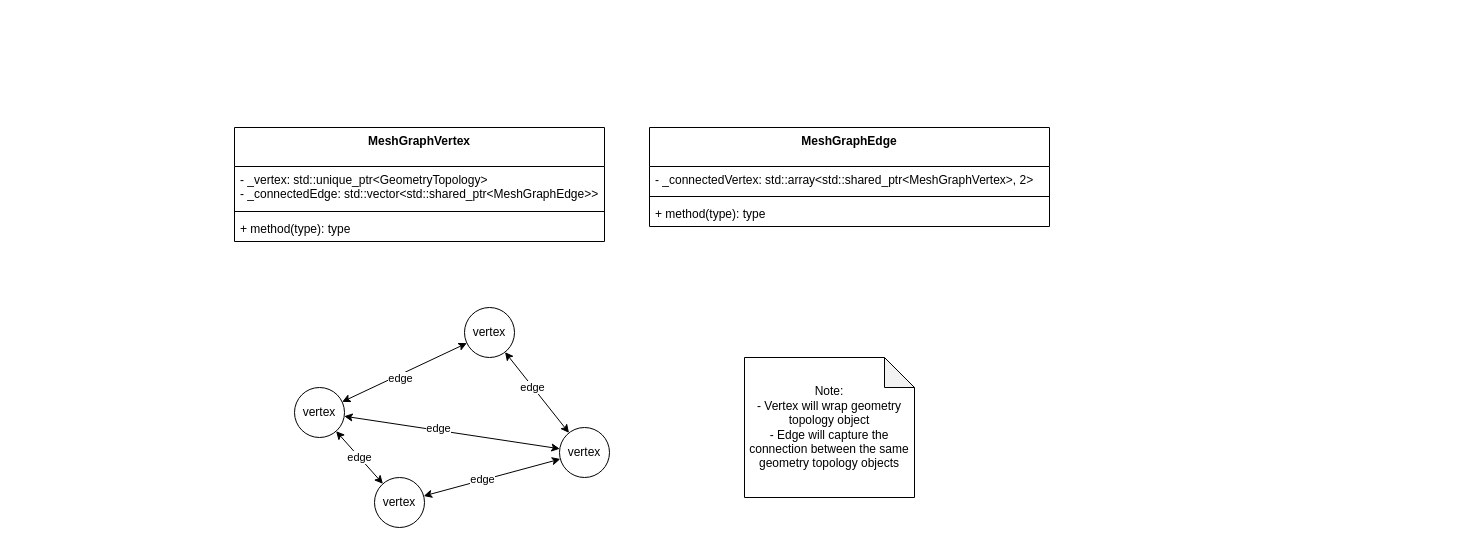
Above: page "Data Structure" (4 of 4) of docs/GeometryMesher.drawio in steven-darwin/geometry_mesher (draw.io), before the change. Source tidied: cells renumbered, new cells numbered last; positions are measured from the earlier drawing's top-left corner, leaving out a move shared by most shapes. Both pictures are drawn from the tidied source at 100%, with x=0, y=0 at pixel (234, 127).
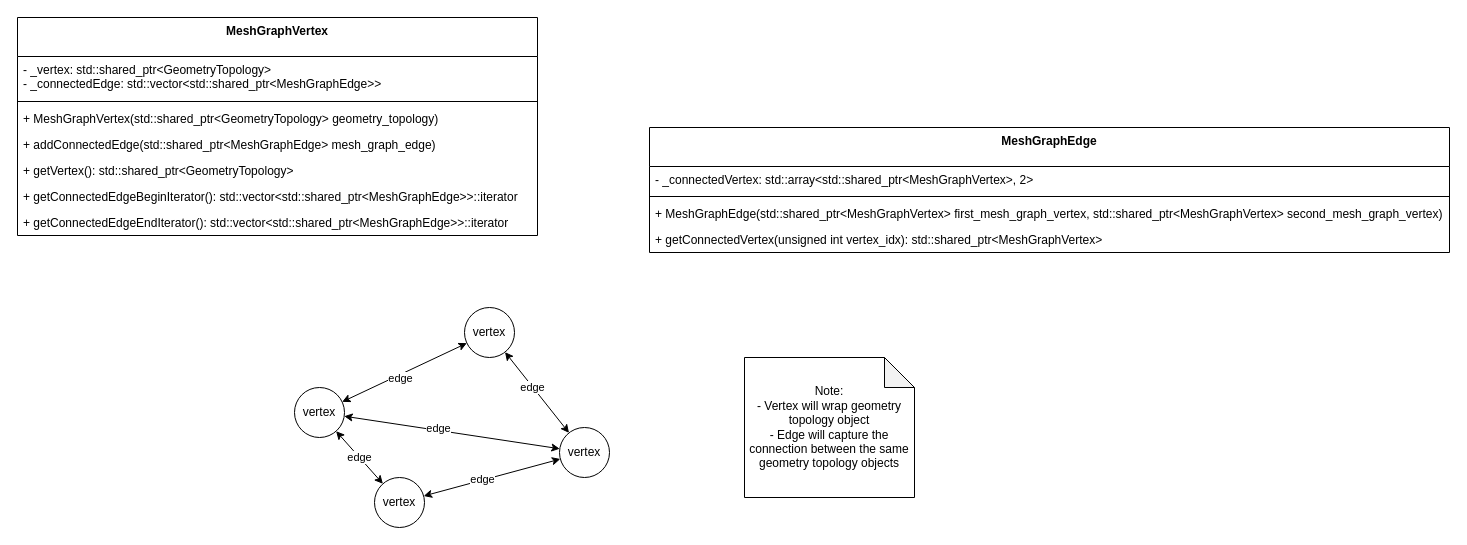
The same diagram, later.

Diff of the diagram source:
```diff
@@
     <mxCell id="2" value="MeshGraphVertex" style="swimlane;fontStyle=1;align=center;verticalAlign=top;horizontal=1;startSize=39;whiteSpace=wrap;html=1;" parent="1" vertex="1">
-      <mxGeometry width="370" height="114" as="geometry" />
+      <mxGeometry x="-217" y="-110" width="520" height="218" as="geometry" />
     </mxCell>
-    <mxCell id="3" value="- _vertex: std::unique_ptr&amp;lt;GeometryTopology&amp;gt;&lt;div&gt;- _connectedEdge: std::vector&amp;lt;std::shared_ptr&amp;lt;MeshGraphEdge&amp;gt;&amp;gt;&lt;/div&gt;" style="text;strokeColor=none;fillColor=none;align=left;verticalAlign=top;spacingLeft=4;spacingRight=4;overflow=hidden;whiteSpace=wrap;html=1;" parent="2" vertex="1">
-      <mxGeometry y="39" width="370" height="41" as="geometry" />
+    <mxCell id="3" value="- _vertex: std::shared_ptr&amp;lt;GeometryTopology&amp;gt;&lt;div&gt;- _connectedEdge: std::vector&amp;lt;std::shared_ptr&amp;lt;MeshGraphEdge&amp;gt;&amp;gt;&lt;/div&gt;" style="text;strokeColor=none;fillColor=none;align=left;verticalAlign=top;spacingLeft=4;spacingRight=4;overflow=hidden;whiteSpace=wrap;html=1;" parent="2" vertex="1">
+      <mxGeometry y="39" width="520" height="41" as="geometry" />
     </mxCell>
     <mxCell id="4" style="line;strokeWidth=1;fillColor=none;align=left;verticalAlign=middle;spacingTop=-1;spacingLeft=3;spacingRight=3;labelPosition=right;strokeColor=inherit;" parent="2" vertex="1">
-      <mxGeometry y="80" width="370" height="8" as="geometry" />
+      <mxGeometry y="80" width="520" height="8" as="geometry" />
     </mxCell>
-    <mxCell id="5" value="+ method(type): type" style="text;strokeColor=none;fillColor=none;align=left;verticalAlign=top;spacingLeft=4;spacingRight=4;overflow=hidden;whiteSpace=wrap;html=1;" parent="2" vertex="1">
-      <mxGeometry y="88" width="370" height="26" as="geometry" />
+    <mxCell id="5" value="+ MeshGraphVertex(std::shared_ptr&amp;lt;GeometryTopology&amp;gt; geometry_topology)" style="text;strokeColor=none;fillColor=none;align=left;verticalAlign=top;spacingLeft=4;spacingRight=4;overflow=hidden;whiteSpace=wrap;html=1;" parent="2" vertex="1">
+      <mxGeometry y="88" width="520" height="26" as="geometry" />
     </mxCell>
+    <mxCell id="25" value="+ addConnectedEdge(std::shared_ptr&amp;lt;MeshGraphEdge&amp;gt; mesh_graph_edge)" style="text;strokeColor=none;fillColor=none;align=left;verticalAlign=top;spacingLeft=4;spacingRight=4;overflow=hidden;whiteSpace=wrap;html=1;" parent="2" vertex="1">
+      <mxGeometry y="114" width="520" height="26" as="geometry" />
+    </mxCell>
+    <mxCell id="26" value="+ getVertex(): std::shared_ptr&amp;lt;GeometryTopology&amp;gt;" style="text;strokeColor=none;fillColor=none;align=left;verticalAlign=top;spacingLeft=4;spacingRight=4;overflow=hidden;whiteSpace=wrap;html=1;" parent="2" vertex="1">
+      <mxGeometry y="140" width="520" height="26" as="geometry" />
+    </mxCell>
+    <mxCell id="27" value="+ getConnectedEdgeBeginIterator(): std::vector&amp;lt;std::shared_ptr&amp;lt;MeshGraphEdge&amp;gt;&amp;gt;::iterator" style="text;strokeColor=none;fillColor=none;align=left;verticalAlign=top;spacingLeft=4;spacingRight=4;overflow=hidden;whiteSpace=wrap;html=1;" parent="2" vertex="1">
+      <mxGeometry y="166" width="520" height="26" as="geometry" />
+    </mxCell>
+    <mxCell id="28" value="+ getConnectedEdgeEndIterator(): std::vector&amp;lt;std::shared_ptr&amp;lt;MeshGraphEdge&amp;gt;&amp;gt;::iterator" style="text;strokeColor=none;fillColor=none;align=left;verticalAlign=top;spacingLeft=4;spacingRight=4;overflow=hidden;whiteSpace=wrap;html=1;" parent="2" vertex="1">
+      <mxGeometry y="192" width="520" height="26" as="geometry" />
+    </mxCell>
     <mxCell id="6" value="MeshGraphEdge" style="swimlane;fontStyle=1;align=center;verticalAlign=top;horizontal=1;startSize=39;whiteSpace=wrap;html=1;" parent="1" vertex="1">
-      <mxGeometry x="415" width="400" height="99" as="geometry" />
+      <mxGeometry x="415" width="800" height="125" as="geometry" />
     </mxCell>
     <mxCell id="7" value="- _connectedVertex: std::array&amp;lt;std::shared_ptr&amp;lt;MeshGraphVertex&amp;gt;, 2&amp;gt;" style="text;strokeColor=none;fillColor=none;align=left;verticalAlign=top;spacingLeft=4;spacingRight=4;overflow=hidden;whiteSpace=wrap;html=1;" parent="6" vertex="1">
-      <mxGeometry y="39" width="400" height="26" as="geometry" />
+      <mxGeometry y="39" width="800" height="26" as="geometry" />
     </mxCell>
     <mxCell id="8" style="line;strokeWidth=1;fillColor=none;align=left;verticalAlign=middle;spacingTop=-1;spacingLeft=3;spacingRight=3;labelPosition=right;strokeColor=inherit;" parent="6" vertex="1">
-      <mxGeometry y="65" width="400" height="8" as="geometry" />
+      <mxGeometry y="65" width="800" height="8" as="geometry" />
     </mxCell>
-    <mxCell id="9" value="+ method(type): type" style="text;strokeColor=none;fillColor=none;align=left;verticalAlign=top;spacingLeft=4;spacingRight=4;overflow=hidden;whiteSpace=wrap;html=1;" parent="6" vertex="1">
-      <mxGeometry y="73" width="400" height="26" as="geometry" />
+    <mxCell id="9" value="+ MeshGraphEdge(std::shared_ptr&amp;lt;MeshGraphVertex&amp;gt; first_mesh_graph_vertex, std::shared_ptr&amp;lt;MeshGraphVertex&amp;gt; second_mesh_graph_vertex)" style="text;strokeColor=none;fillColor=none;align=left;verticalAlign=top;spacingLeft=4;spacingRight=4;overflow=hidden;whiteSpace=wrap;html=1;" parent="6" vertex="1">
+      <mxGeometry y="73" width="800" height="26" as="geometry" />
     </mxCell>
+    <mxCell id="29" value="+ getConnectedVertex(unsigned int vertex_idx): std::shared_ptr&amp;lt;MeshGraphVertex&amp;gt;" style="text;strokeColor=none;fillColor=none;align=left;verticalAlign=top;spacingLeft=4;spacingRight=4;overflow=hidden;whiteSpace=wrap;html=1;" parent="6" vertex="1">
+      <mxGeometry y="99" width="800" height="26" as="geometry" />
+    </mxCell>
```
